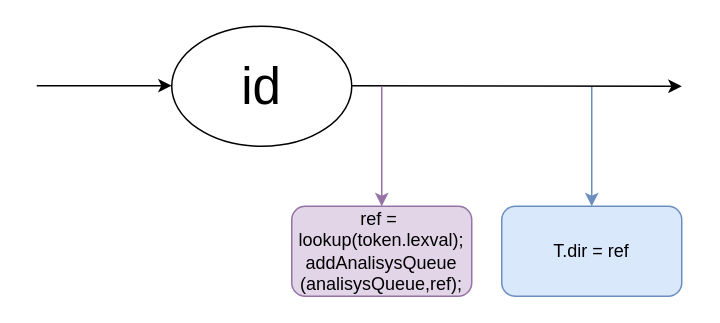
Above: grafosSintaticos/intermediateCodeGenerationRules/t_cg.drawio in AdrianoII/gccc (draw.io), before the change. Source tidied: cells renumbered, new cells numbered last; positions are measured from the earlier drawing's top-left corner, leaving out a move shared by most shapes. Both pictures are drawn from the tidied source at 150%, with x=0, y=0 at pixel (36, 26).
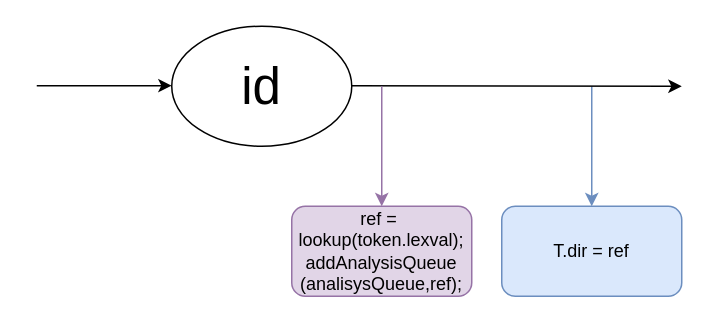
The same diagram, later.

What changed in the source:
```diff
@@
 <mxGraphModel>
   <root>
     <mxCell id="0" />
     <mxCell id="1" parent="0" />
     <mxCell id="2" style="group;" parent="1" vertex="1">
       <mxGeometry width="430" height="180" as="geometry" />
     </mxCell>
-    <mxCell id="3" value="ref =&amp;nbsp;&lt;br&gt;lookup(token.lexval);&lt;br&gt;addAnalisysQueue&lt;br&gt;(analisysQueue,ref);" style="rounded=1;whiteSpace=wrap;html=1;fillColor=#e1d5e7;strokeColor=#9673a6;" parent="2" vertex="1">
+    <mxCell id="3" value="ref =&amp;nbsp;&lt;br&gt;lookup(token.lexval);&lt;br&gt;addAnalysisQueue&lt;br&gt;(analisysQueue,ref);" style="rounded=1;whiteSpace=wrap;html=1;fillColor=#e1d5e7;strokeColor=#9673a6;" parent="2" vertex="1">
       <mxGeometry x="170" y="120" width="120" height="60" as="geometry" />
     </mxCell>
     <mxCell id="4" style="endArrow=classic;html=1;fillColor=#dae8fc;strokeColor=#6c8ebf;entryX=0.5;entryY=0;entryDx=0;entryDy=0;" parent="2" edge="1" target="5">
       <mxGeometry relative="1" as="geometry">
         <mxPoint x="370" y="40" as="sourcePoint" />
       </mxGeometry>
     </mxCell>
     <mxCell id="5" value="T.dir = ref" style="rounded=1;whiteSpace=wrap;html=1;fillColor=#dae8fc;strokeColor=#6c8ebf;" parent="2" vertex="1">
       <mxGeometry x="310" y="120" width="120" height="60" as="geometry" />
     </mxCell>
     <mxCell id="6" value="&lt;span style=&quot;font-size: 34px&quot;&gt;id&lt;/span&gt;" style="ellipse;whiteSpace=wrap;html=1;" parent="2" vertex="1">
       <mxGeometry x="90" width="120" height="80" as="geometry" />
     </mxCell>
     <mxCell id="7" style="endArrow=classic;html=1;entryX=0;entryY=0.5;entryDx=0;entryDy=0;" parent="2" edge="1">
       <mxGeometry relative="1" as="geometry">
         <mxPoint y="39.6" as="sourcePoint" />
         <mxPoint x="90" y="39.6" as="targetPoint" />
       </mxGeometry>
     </mxCell>
     <mxCell id="8" style="endArrow=classic;html=1;" parent="2" edge="1">
       <mxGeometry relative="1" as="geometry">
         <mxPoint x="210" y="39.6" as="sourcePoint" />
         <mxPoint x="430" y="40" as="targetPoint" />
       </mxGeometry>
     </mxCell>
     <mxCell id="9" style="endArrow=classic;html=1;fillColor=#e1d5e7;strokeColor=#9673a6;" parent="2" edge="1" target="3">
       <mxGeometry relative="1" as="geometry">
         <mxPoint x="230" y="40" as="sourcePoint" />
       </mxGeometry>
     </mxCell>
   </root>
 </mxGraphModel>
```
